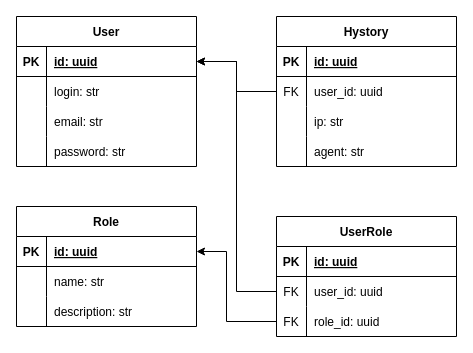
The draw.io diagram schemas/db.drawio in cement-hools/Auth_sprint_1, before the edit. Source tidied: cells renumbered, new cells numbered last; positions are measured from the earlier drawing's top-left corner, leaving out a move shared by most shapes. Both pictures are drawn from the tidied source at 100%, with x=0, y=0 at pixel (16, 16).
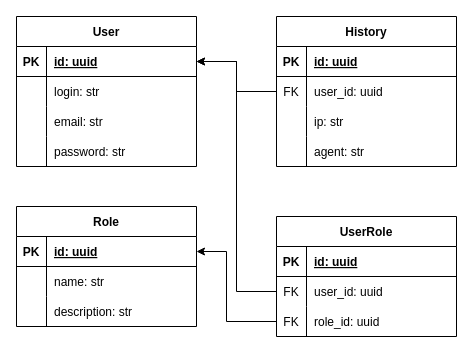
Above is the later version.

Commit message:
Поправил название таблицы History

Diff of the diagram source:
```diff
@@
-    <mxCell id="37" value="Hystory" style="shape=table;startSize=30;childLayout=tableLayout;rowLines=0;fontStyle=1;align=center;strokeWidth=1;flipH=0;flipV=0;direction=east;" parent="1" vertex="1">
+    <mxCell id="37" value="History" style="shape=table;startSize=30;childLayout=tableLayout;rowLines=0;fontStyle=1;align=center;strokeWidth=1;flipH=0;flipV=0;direction=east;" parent="1" vertex="1">
       <mxGeometry x="260" width="180" height="150" as="geometry" />
     </mxCell>
```
